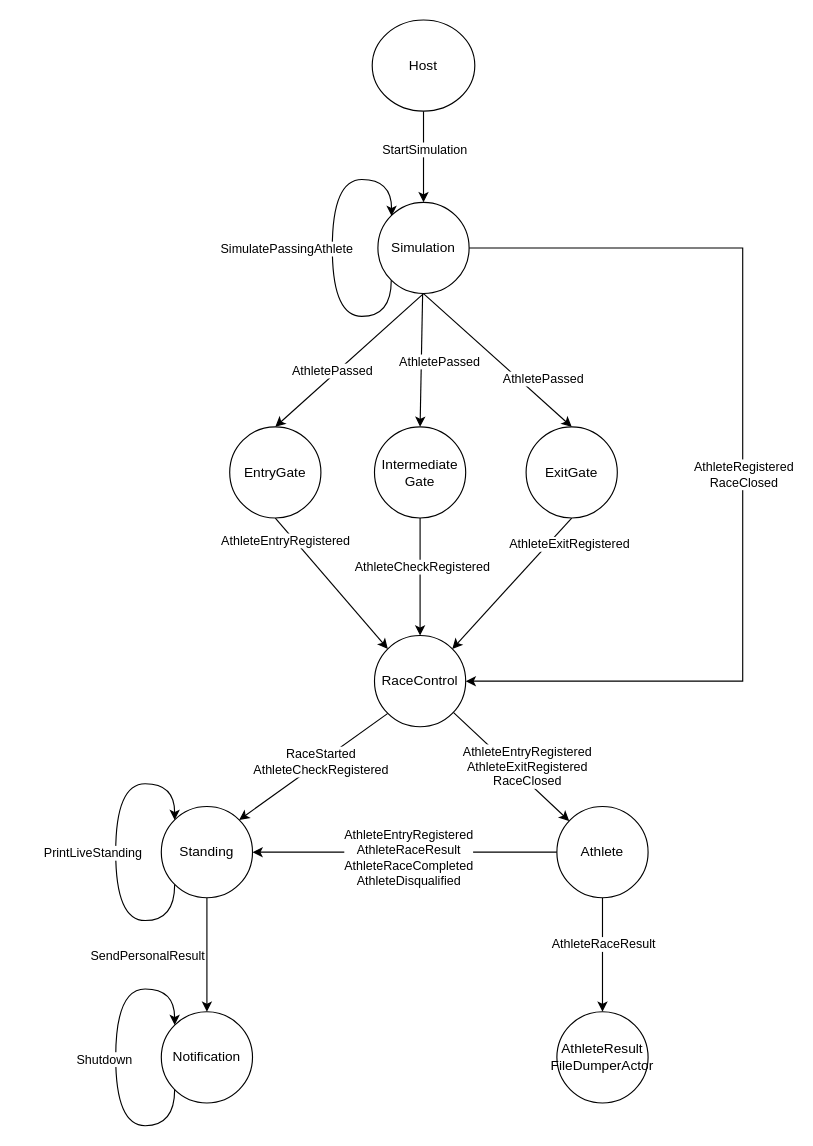
This is page "Communication flow" (2 of 4) of src/Host/diagram/thriathlon race.drawio from fbasco81/triathlon-race-demo, a draw.io file, before an edit. Source tidied: cells renumbered, new cells numbered last; positions are measured from the earlier drawing's top-left corner, leaving out a move shared by most shapes. Both pictures are drawn from the tidied source at 114%, with x=0, y=0 at pixel (115, 19).
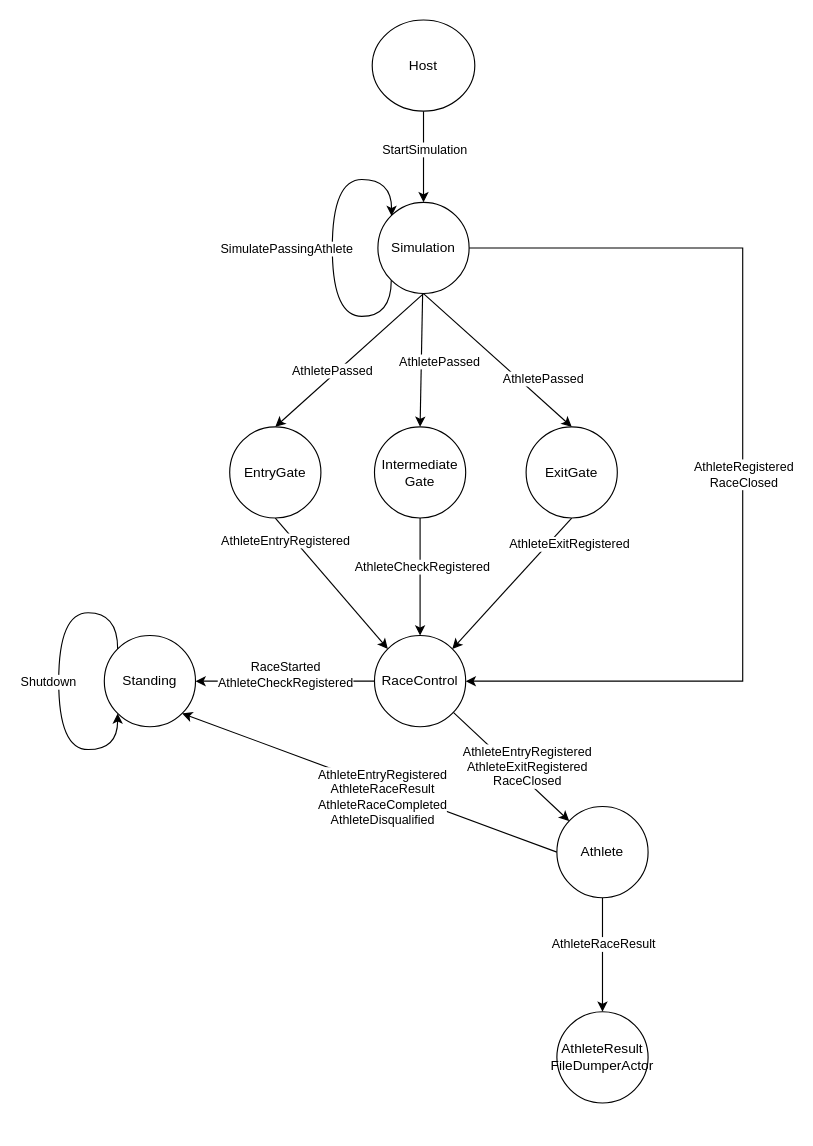
The same page after the edit.

The change refers to these unchanged cells:
```xml
<mxCell id="6" value="Athlete" style="ellipse;whiteSpace=wrap;html=1;" parent="1" vertex="1">
  <mxGeometry x="387" y="690" width="80" height="80" as="geometry" />
</mxCell>
<mxCell id="20" value="RaceControl" style="ellipse;whiteSpace=wrap;html=1;" parent="1" vertex="1">
  <mxGeometry x="227" y="540" width="80" height="80" as="geometry" />
</mxCell>
```

Change to the diagram source:
```diff
@@
-    <mxCell id="4" style="rounded=0;jettySize=auto;html=1;entryX=1;entryY=0.5;entryDx=0;entryDy=0;exitX=0;exitY=0.5;exitDx=0;exitDy=0;" parent="1" edge="1" source="6" target="32">
+    <mxCell id="4" style="rounded=0;jettySize=auto;html=1;entryX=1;entryY=1;entryDx=0;entryDy=0;exitX=0;exitY=0.5;exitDx=0;exitDy=0;" parent="1" edge="1" source="6" target="32">
       <mxGeometry relative="1" as="geometry" />
     </mxCell>
@@
-    <mxCell id="18" style="rounded=0;jettySize=auto;html=1;entryX=1;entryY=0;entryDx=0;entryDy=0;exitX=0;exitY=1;exitDx=0;exitDy=0;" parent="1" edge="1" source="20" target="32">
+    <mxCell id="18" style="rounded=0;jettySize=auto;html=1;entryX=1;entryY=0.5;entryDx=0;entryDy=0;exitX=0;exitY=0.5;exitDx=0;exitDy=0;" parent="1" edge="1" source="20" target="32">
       <mxGeometry relative="1" as="geometry" />
     </mxCell>
@@
-    <mxCell id="30" style="rounded=0;jettySize=auto;html=1;exitX=0.5;exitY=1;exitDx=0;exitDy=0;" parent="1" edge="1" source="32" target="37">
-      <mxGeometry relative="1" as="geometry" />
-    </mxCell>
-    <mxCell id="31" value="SendPersonalResult" style="edgeLabel;html=1;align=center;verticalAlign=middle;" parent="30" vertex="1">
-      <mxGeometry x="-0.21" y="-5" relative="1" as="geometry">
-        <mxPoint x="-48" y="10" as="offset" />
-      </mxGeometry>
-    </mxCell>
     <mxCell id="32" value="Standing" style="ellipse;whiteSpace=wrap;html=1;" parent="1" vertex="1">
-      <mxGeometry x="40" y="690" width="80" height="80" as="geometry" />
+      <mxGeometry x="-10" y="540" width="80" height="80" as="geometry" />
     </mxCell>
@@
-    <mxCell id="37" value="Notification" style="ellipse;whiteSpace=wrap;html=1;labelBackgroundColor=#ffffff;" parent="1" vertex="1">
-      <mxGeometry x="40" y="870" width="80" height="80" as="geometry" />
-    </mxCell>
-    <mxCell id="38" style="edgeStyle=orthogonalEdgeStyle;rounded=0;orthogonalLoop=1;jettySize=auto;html=1;exitX=0;exitY=0;exitDx=0;exitDy=0;entryX=0;entryY=1;entryDx=0;entryDy=0;curved=1;endArrow=none;endFill=0;startArrow=classic;startFill=1;" parent="1" edge="1" source="32" target="32">
-      <mxGeometry relative="1" as="geometry">
-        <Array as="points">
-          <mxPoint x="52" y="670" />
-          <mxPoint y="670" />
-          <mxPoint y="790" />
-          <mxPoint x="52" y="790" />
-        </Array>
-      </mxGeometry>
-    </mxCell>
-    <mxCell id="39" value="PrintLiveStanding" style="edgeLabel;html=1;align=center;verticalAlign=middle;" parent="38" vertex="1">
-      <mxGeometry x="-0.15" y="4" relative="1" as="geometry">
-        <mxPoint x="-24.1" y="22.2" as="offset" />
-      </mxGeometry>
-    </mxCell>
-    <mxCell id="40" style="edgeStyle=orthogonalEdgeStyle;curved=1;rounded=0;orthogonalLoop=1;jettySize=auto;html=1;exitX=0;exitY=0;exitDx=0;exitDy=0;entryX=0;entryY=1;entryDx=0;entryDy=0;endArrow=none;endFill=0;startArrow=classic;startFill=1;" parent="1" edge="1" source="37" target="37">
-      <mxGeometry relative="1" as="geometry">
-        <Array as="points">
-          <mxPoint x="52" y="850" />
-          <mxPoint y="850" />
-          <mxPoint y="970" />
-          <mxPoint x="52" y="970" />
-        </Array>
-      </mxGeometry>
-    </mxCell>
-    <mxCell id="41" value="Shutdown" style="edgeLabel;html=1;align=center;verticalAlign=middle;" parent="40" vertex="1">
-      <mxGeometry x="0.14" y="2" relative="1" as="geometry">
-        <mxPoint x="-12.1" y="-18.4" as="offset" />
-      </mxGeometry>
-    </mxCell>
@@
+    <mxCell id="38" style="edgeStyle=orthogonalEdgeStyle;rounded=0;orthogonalLoop=1;jettySize=auto;html=1;exitX=0;exitY=0;exitDx=0;exitDy=0;entryX=0;entryY=1;entryDx=0;entryDy=0;curved=1;" parent="1" edge="1" source="32" target="32">
+      <mxGeometry relative="1" as="geometry">
+        <Array as="points">
+          <mxPoint x="2" y="520" />
+          <mxPoint x="-50" y="520" />
+          <mxPoint x="-50" y="640" />
+          <mxPoint x="2" y="640" />
+        </Array>
+      </mxGeometry>
+    </mxCell>
+    <mxCell id="41" value="Shutdown" style="edgeLabel;html=1;align=center;verticalAlign=middle;" parent="38" vertex="1">
+      <mxGeometry x="0.19" y="2" relative="1" as="geometry">
+        <mxPoint x="-12" y="-26.6" as="offset" />
+      </mxGeometry>
+    </mxCell>
```
